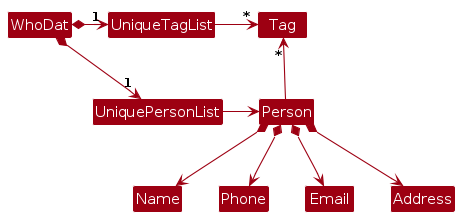
Above: diagrams/BetterModelClassDiagram.png in AY2425S2-CS2103T-T14-3/tp (PlantUML), before the change. Its source is kept beside it as diagrams/BetterModelClassDiagram.puml. Source of this version:
```plantuml
@startuml
!include style.puml
skinparam arrowThickness 1.1
skinparam arrowColor MODEL_COLOR
skinparam classBackgroundColor MODEL_COLOR

WhoDat *-right-> "1" UniquePersonList
WhoDat *-right-> "1" UniqueTagList
UniqueTagList -[hidden]down- UniquePersonList
UniqueTagList -[hidden]down- UniquePersonList

UniqueTagList -right-> "*" Tag
UniquePersonList -right-> Person

Person -up-> "*" Tag

Person *--> Name
Person *--> Phone
Person *--> Email
Person *--> Address
@enduml
```
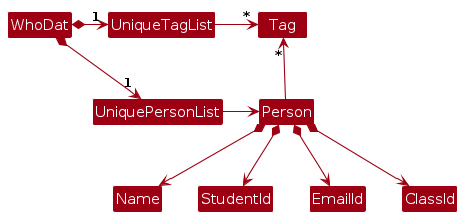
After the commit.

Change to the diagram source:
```diff
@@ -15,7 +15,7 @@
 Person -up-> "*" Tag
 
 Person *--> Name
-Person *--> Phone
-Person *--> Email
-Person *--> Address
+Person *--> StudentId
+Person *--> EmailId
+Person *--> ClassId
 @enduml
```
